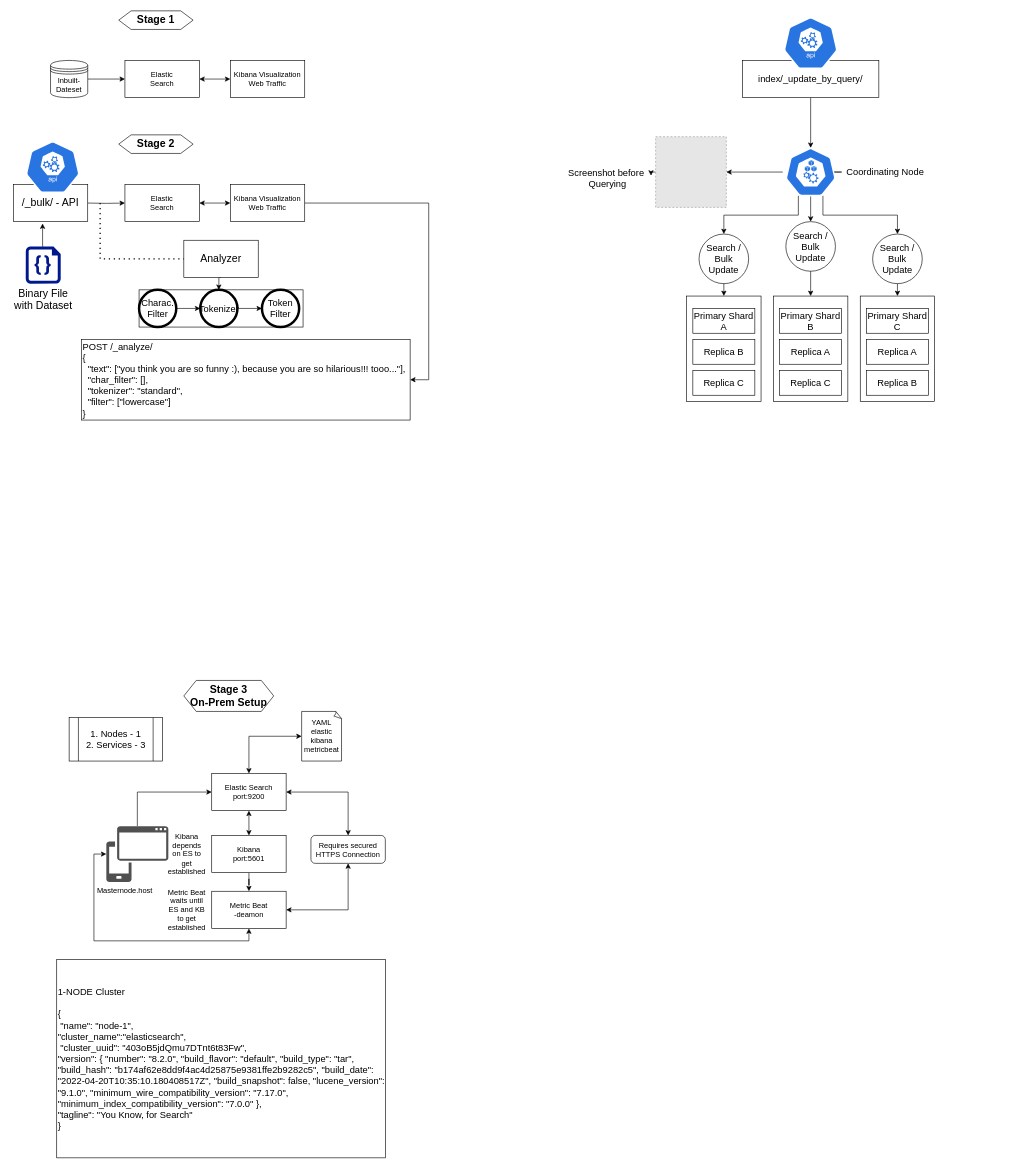
The draw.io diagram ES.drawio in Som23Git/Handy_Resources, before the edit. Source tidied: cells renumbered, new cells numbered last; positions are measured from the earlier drawing's top-left corner, leaving out a move shared by most shapes. Both pictures are drawn from the tidied source at 62%, with x=0, y=0 at pixel (11, 11). Pictures stored in the file or linked from it are replaced by grey dashed boxes.
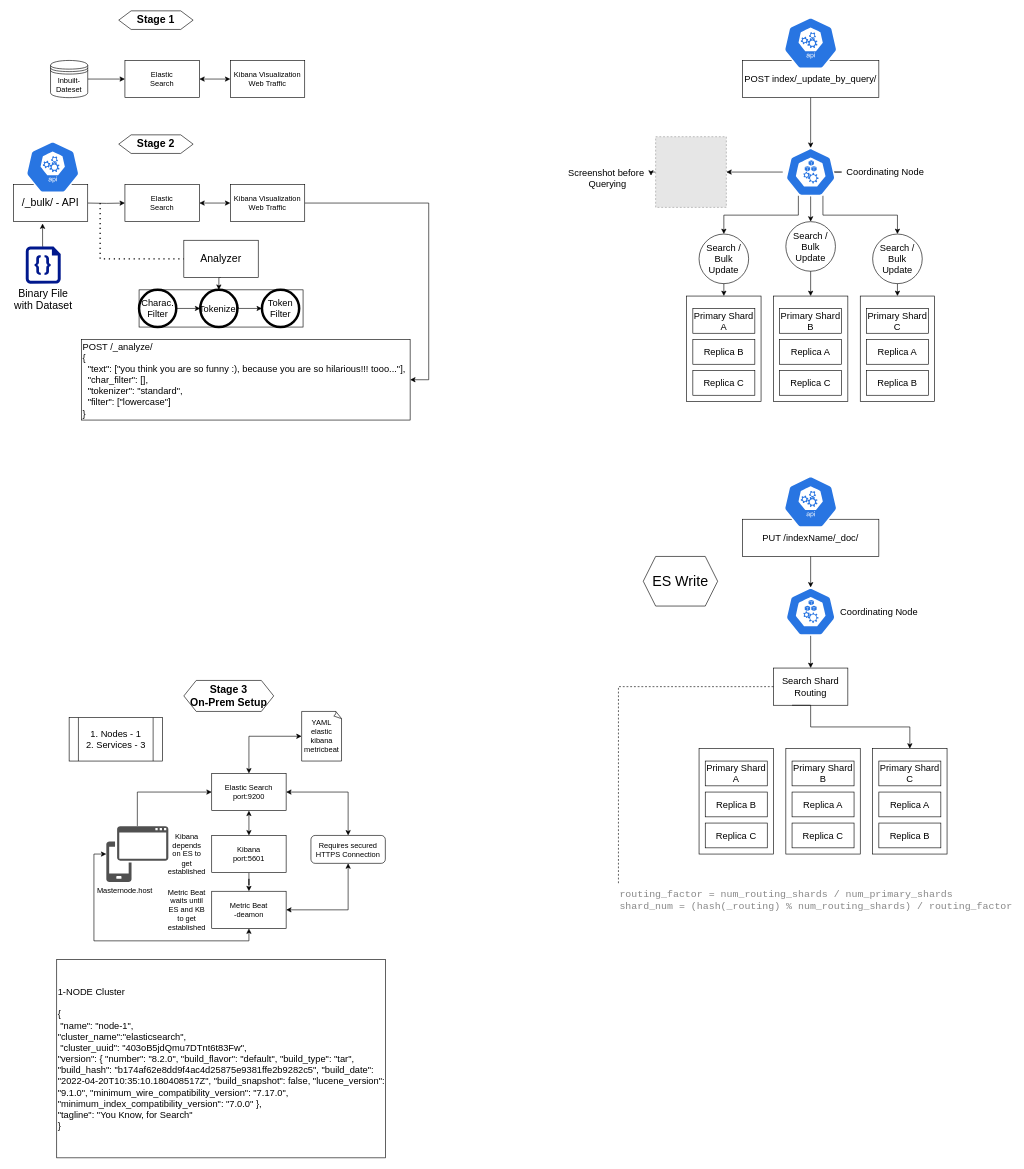
The same page after the edit.

Diff of the diagram source:
```diff
@@
-    <mxCell id="52" value="index/_update_by_query/" style="rounded=0;whiteSpace=wrap;html=1;labelBackgroundColor=none;fontSize=15;strokeColor=default;strokeWidth=1;fillColor=none;gradientColor=none;" parent="1" vertex="1">
+    <mxCell id="52" value="POST index/_update_by_query/" style="rounded=0;whiteSpace=wrap;html=1;labelBackgroundColor=none;fontSize=15;strokeColor=default;strokeWidth=1;fillColor=none;gradientColor=none;" parent="1" vertex="1">
       <mxGeometry x="1180" y="80" width="220" height="60" as="geometry" />
     </mxCell>
@@
+    <mxCell id="86" value="&lt;pre style=&quot;box-sizing: border-box; font-family: Consolas, Menlo, &amp;quot;DejaVu Sans Mono&amp;quot;, &amp;quot;Bitstream Vera Sans Mono&amp;quot;, &amp;quot;Lucida Console&amp;quot;, monospace; font-size: 16px; margin-top: 0px; margin-bottom: 1rem; overflow: auto; color: rgb(136, 136, 136); background-color: rgb(255, 255, 255);&quot; class=&quot;literallayout&quot;&gt;&lt;br&gt;&lt;/pre&gt;" style="text;html=1;align=left;verticalAlign=middle;strokeColor=none;fillColor=none;fontSize=15;" parent="1" vertex="1">
+      <mxGeometry x="552.5" y="1070" width="20" height="40" as="geometry" />
+    </mxCell>
+    <mxCell id="87" style="group;" parent="1" vertex="1">
+      <mxGeometry x="980" y="750" width="550" height="760" as="geometry" />
+    </mxCell>
+    <mxCell id="88" value="PUT /indexName/_doc/" style="rounded=0;whiteSpace=wrap;html=1;labelBackgroundColor=none;fontSize=15;strokeColor=default;strokeWidth=1;fillColor=none;gradientColor=none;" parent="87" vertex="1">
+      <mxGeometry x="200" y="70" width="220" height="60" as="geometry" />
+    </mxCell>
+    <mxCell id="89" style="sketch=0;html=1;dashed=0;whitespace=wrap;fillColor=#2875E2;strokeColor=#ffffff;shape=mxgraph.kubernetes.icon;prIcon=api;rounded=0;fontSize=17;" parent="87" vertex="1">
+      <mxGeometry x="242.5" width="135" height="84" as="geometry" />
+    </mxCell>
+    <mxCell id="90" value="Coordinating Node" style="text;html=1;align=center;verticalAlign=middle;strokeColor=none;fillColor=none;fontSize=15;" parent="87" vertex="1">
+      <mxGeometry x="350" y="209" width="140" height="20" as="geometry" />
+    </mxCell>
+    <mxCell id="91" style="sketch=0;html=1;dashed=0;whitespace=wrap;fillColor=#2875E2;strokeColor=#ffffff;points=[[0.005,0.63,0],[0.1,0.2,0],[0.9,0.2,0],[0.5,0,0],[0.995,0.63,0],[0.72,0.99,0],[0.5,1,0],[0.28,0.99,0]];shape=mxgraph.kubernetes.icon;prIcon=node;rounded=0;labelBackgroundColor=none;fontSize=15;" parent="87" vertex="1">
+      <mxGeometry x="265" y="180" width="90" height="78" as="geometry" />
+    </mxCell>
+    <mxCell id="92" style="edgeStyle=orthogonalEdgeStyle;rounded=0;jettySize=auto;html=1;exitX=0.5;exitY=1;exitDx=0;exitDy=0;entryX=0.5;entryY=0;entryDx=0;entryDy=0;entryPerimeter=0;fontSize=15;startArrow=none;startFill=0;" parent="87" edge="1" source="88" target="91">
+      <mxGeometry relative="1" as="geometry" />
+    </mxCell>
+    <mxCell id="93" style="rounded=0;whiteSpace=wrap;html=1;labelBackgroundColor=none;fontSize=15;strokeColor=default;strokeWidth=1;fillColor=none;gradientColor=none;" parent="87" vertex="1">
+      <mxGeometry x="130" y="440" width="120" height="170" as="geometry" />
+    </mxCell>
+    <mxCell id="94" style="rounded=0;whiteSpace=wrap;html=1;labelBackgroundColor=none;fontSize=15;strokeColor=default;strokeWidth=1;fillColor=none;gradientColor=none;" parent="87" vertex="1">
+      <mxGeometry x="270" y="440" width="120" height="170" as="geometry" />
+    </mxCell>
+    <mxCell id="95" style="rounded=0;whiteSpace=wrap;html=1;labelBackgroundColor=none;fontSize=15;strokeColor=default;strokeWidth=1;fillColor=none;gradientColor=none;" parent="87" vertex="1">
+      <mxGeometry x="410" y="440" width="120" height="170" as="geometry" />
+    </mxCell>
+    <mxCell id="96" style="group;" parent="87" vertex="1">
+      <mxGeometry x="140" y="460" width="100" height="140" as="geometry" />
+    </mxCell>
+    <mxCell id="97" value="Primary Shard A" style="rounded=0;whiteSpace=wrap;html=1;labelBackgroundColor=none;fontSize=15;strokeColor=default;strokeWidth=1;fillColor=none;gradientColor=none;" parent="96" vertex="1">
+      <mxGeometry width="100" height="40" as="geometry" />
+    </mxCell>
+    <mxCell id="98" value="Replica B" style="rounded=0;whiteSpace=wrap;html=1;labelBackgroundColor=none;fontSize=15;strokeColor=default;strokeWidth=1;fillColor=none;gradientColor=none;" parent="96" vertex="1">
+      <mxGeometry y="50" width="100" height="40" as="geometry" />
+    </mxCell>
+    <mxCell id="99" value="Replica C" style="rounded=0;whiteSpace=wrap;html=1;labelBackgroundColor=none;fontSize=15;strokeColor=default;strokeWidth=1;fillColor=none;gradientColor=none;" parent="96" vertex="1">
+      <mxGeometry y="100" width="100" height="40" as="geometry" />
+    </mxCell>
+    <mxCell id="100" style="group;" parent="87" vertex="1">
+      <mxGeometry x="280" y="460" width="100" height="140" as="geometry" />
+    </mxCell>
+    <mxCell id="101" value="Primary Shard B" style="rounded=0;whiteSpace=wrap;html=1;labelBackgroundColor=none;fontSize=15;strokeColor=default;strokeWidth=1;fillColor=none;gradientColor=none;" parent="100" vertex="1">
+      <mxGeometry width="100" height="40" as="geometry" />
+    </mxCell>
+    <mxCell id="102" value="Replica A" style="rounded=0;whiteSpace=wrap;html=1;labelBackgroundColor=none;fontSize=15;strokeColor=default;strokeWidth=1;fillColor=none;gradientColor=none;" parent="100" vertex="1">
+      <mxGeometry y="50" width="100" height="40" as="geometry" />
+    </mxCell>
+    <mxCell id="103" value="Replica C" style="rounded=0;whiteSpace=wrap;html=1;labelBackgroundColor=none;fontSize=15;strokeColor=default;strokeWidth=1;fillColor=none;gradientColor=none;" parent="100" vertex="1">
+      <mxGeometry y="100" width="100" height="40" as="geometry" />
+    </mxCell>
+    <mxCell id="104" style="group;" parent="87" vertex="1">
+      <mxGeometry x="420" y="460" width="100" height="140" as="geometry" />
+    </mxCell>
+    <mxCell id="105" value="Primary Shard C" style="rounded=0;whiteSpace=wrap;html=1;labelBackgroundColor=none;fontSize=15;strokeColor=default;strokeWidth=1;fillColor=none;gradientColor=none;" parent="104" vertex="1">
+      <mxGeometry width="100" height="40" as="geometry" />
+    </mxCell>
+    <mxCell id="106" value="Replica A" style="rounded=0;whiteSpace=wrap;html=1;labelBackgroundColor=none;fontSize=15;strokeColor=default;strokeWidth=1;fillColor=none;gradientColor=none;" parent="104" vertex="1">
+      <mxGeometry y="50" width="100" height="40" as="geometry" />
+    </mxCell>
+    <mxCell id="107" value="Replica B" style="rounded=0;whiteSpace=wrap;html=1;labelBackgroundColor=none;fontSize=15;strokeColor=default;strokeWidth=1;fillColor=none;gradientColor=none;" parent="104" vertex="1">
+      <mxGeometry y="100" width="100" height="40" as="geometry" />
+    </mxCell>
+    <mxCell id="108" style="edgeStyle=orthogonalEdgeStyle;rounded=0;jettySize=auto;html=1;exitX=0.25;exitY=1;exitDx=0;exitDy=0;entryX=0.5;entryY=0;entryDx=0;entryDy=0;fontSize=15;startArrow=none;startFill=0;" parent="87" edge="1" source="109" target="95">
+      <mxGeometry relative="1" as="geometry">
+        <Array as="points">
+          <mxPoint x="310" y="370" />
+          <mxPoint x="310" y="405" />
+          <mxPoint x="470" y="405" />
+        </Array>
+      </mxGeometry>
+    </mxCell>
+    <mxCell id="109" value="Search Shard Routing" style="rounded=0;whiteSpace=wrap;html=1;labelBackgroundColor=none;fontSize=15;strokeColor=default;strokeWidth=1;fillColor=none;gradientColor=none;" parent="87" vertex="1">
+      <mxGeometry x="250" y="310" width="120" height="60" as="geometry" />
+    </mxCell>
+    <mxCell id="110" style="edgeStyle=orthogonalEdgeStyle;rounded=0;jettySize=auto;html=1;exitX=0.5;exitY=1;exitDx=0;exitDy=0;exitPerimeter=0;entryX=0.5;entryY=0;entryDx=0;entryDy=0;fontSize=15;startArrow=none;startFill=0;" parent="87" edge="1" source="91" target="109">
+      <mxGeometry relative="1" as="geometry" />
+    </mxCell>
+    <mxCell id="111" style="endArrow=none;dashed=1;html=1;rounded=0;fontSize=15;exitX=0;exitY=0.5;exitDx=0;exitDy=0;entryX=0;entryY=0;entryDx=0;entryDy=0;" parent="87" edge="1" source="109" target="112">
+      <mxGeometry relative="1" as="geometry">
+        <Array as="points">
+          <mxPoint x="110" y="340" />
+          <mxPoint y="340" />
+        </Array>
+      </mxGeometry>
+    </mxCell>
+    <mxCell id="112" value="&lt;pre style=&quot;box-sizing: border-box; font-family: Consolas, Menlo, &amp;quot;DejaVu Sans Mono&amp;quot;, &amp;quot;Bitstream Vera Sans Mono&amp;quot;, &amp;quot;Lucida Console&amp;quot;, monospace; font-size: 16px; margin-top: 0px; margin-bottom: 1rem; overflow: auto; display: block; color: rgb(136, 136, 136); font-weight: 400; font-style: normal; font-variant-ligatures: normal; font-variant-caps: normal; letter-spacing: normal; orphans: 2; text-align: left; text-indent: 0px; text-transform: none; widows: 2; word-spacing: 0px; -webkit-text-stroke-width: 0px; background-color: rgb(255, 255, 255); text-decoration-thickness: initial; text-decoration-style: initial; text-decoration-color: initial;&quot; class=&quot;literallayout&quot;&gt;routing_factor = num_routing_shards / num_primary_shards&#10;shard_num = (hash(_routing) % num_routing_shards) / routing_factor&lt;/pre&gt;&lt;br class=&quot;Apple-interchange-newline&quot;&gt;" style="text;whiteSpace=wrap;html=1;fontSize=15;" parent="87" vertex="1">
+      <mxGeometry y="660" width="550" height="100" as="geometry" />
+    </mxCell>
+    <mxCell id="113" value="&lt;font style=&quot;font-size: 23px;&quot;&gt;ES Write&lt;/font&gt;" style="shape=hexagon;perimeter=hexagonPerimeter2;whiteSpace=wrap;html=1;fixedSize=1;rounded=0;labelBackgroundColor=none;fontSize=15;strokeColor=default;strokeWidth=1;fillColor=none;gradientColor=none;" parent="87" vertex="1">
+      <mxGeometry x="40" y="130" width="120" height="80" as="geometry" />
+    </mxCell>
```
